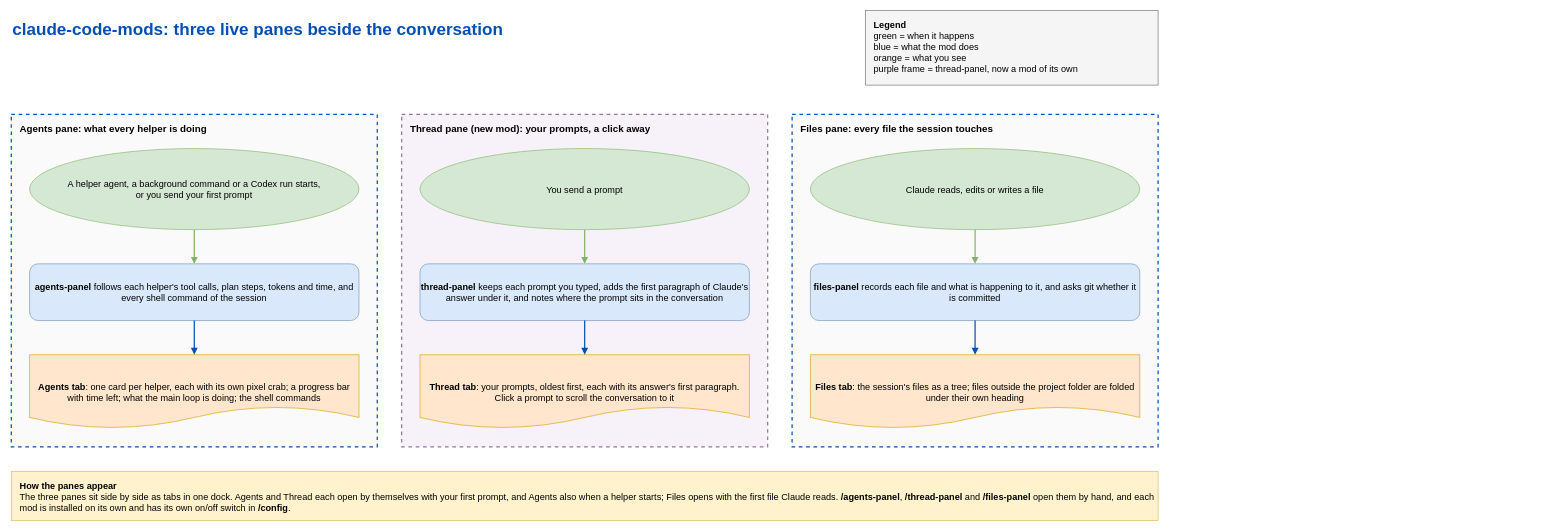
Above: docs/mods-flow.drawio in eranw2000/claude-code-mods (draw.io), before the change. Source tidied: cells renumbered, new cells numbered last; positions are measured from the earlier drawing's top-left corner, leaving out a move shared by most shapes. Both pictures are drawn from the tidied source at 61%, with x=0, y=0 at pixel (11, 10).
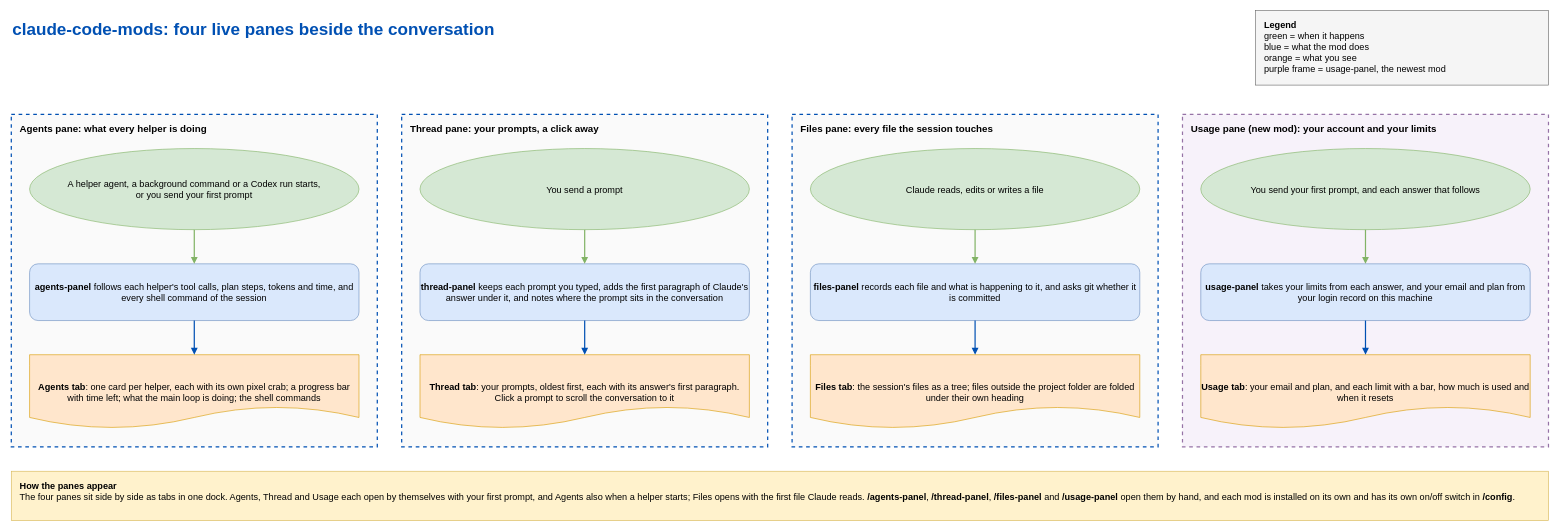
After the change.

Commit message (it also covers changes not shown here):
usage-panel: a live Usage pane with your account and limits (#7)

Diff of the diagram source:
```diff
@@
-    <mxCell id="2" value="claude-code-mods: three live panes beside the conversation" style="text;whiteSpace=wrap;fontSize=28;fontStyle=1;fontColor=#0050b3;align=left;verticalAlign=middle;strokeColor=none;fillColor=none;html=1;" parent="1" vertex="1">
-      <mxGeometry width="1360" height="60" as="geometry" />
+    <mxCell id="2" value="claude-code-mods: four live panes beside the conversation" style="text;whiteSpace=wrap;fontSize=28;fontStyle=1;fontColor=#0050b3;align=left;verticalAlign=middle;strokeColor=none;fillColor=none;html=1;" parent="1" vertex="1">
+      <mxGeometry width="2000" height="60" as="geometry" />
     </mxCell>
-    <mxCell id="3" value="&lt;b&gt;Legend&lt;/b&gt;&lt;br&gt;green = when it happens&lt;br&gt;blue = what the mod does&lt;br&gt;orange = what you see&lt;br&gt;purple frame = thread-panel, now a mod of its own" style="rounded=0;fillColor=#f5f5f5;strokeColor=#666666;whiteSpace=wrap;align=left;verticalAlign=top;spacingLeft=12;spacingTop=8;fontSize=15;html=1;" parent="1" vertex="1">
-      <mxGeometry x="1400" width="480" height="122" as="geometry" />
+    <mxCell id="3" value="&lt;b&gt;Legend&lt;/b&gt;&lt;br&gt;green = when it happens&lt;br&gt;blue = what the mod does&lt;br&gt;orange = what you see&lt;br&gt;purple frame = usage-panel, the newest mod" style="rounded=0;fillColor=#f5f5f5;strokeColor=#666666;whiteSpace=wrap;align=left;verticalAlign=top;spacingLeft=12;spacingTop=8;fontSize=15;html=1;" parent="1" vertex="1">
+      <mxGeometry x="2040" width="480" height="122" as="geometry" />
     </mxCell>
@@
-    <mxCell id="8" value="Thread pane (new mod): your prompts, a click away" style="rounded=0;fillColor=#f7f2fa;strokeColor=#9673a6;fontStyle=1;verticalAlign=top;align=left;spacingLeft=12;spacingTop=8;dashed=1;strokeWidth=2;whiteSpace=wrap;fontSize=16;html=1;" parent="1" vertex="1">
+    <mxCell id="8" value="Thread pane: your prompts, a click away" style="rounded=0;fillColor=#fafafa;strokeColor=#0050b3;fontStyle=1;verticalAlign=top;align=left;spacingLeft=12;spacingTop=8;dashed=1;strokeWidth=2;whiteSpace=wrap;fontSize=16;html=1;" parent="1" vertex="1">
       <mxGeometry x="640" y="170" width="600" height="545" as="geometry" />
     </mxCell>
@@
+    <mxCell id="23" value="Usage pane (new mod): your account and your limits" style="rounded=0;fillColor=#f7f2fa;strokeColor=#9673a6;fontStyle=1;verticalAlign=top;align=left;spacingLeft=12;spacingTop=8;dashed=1;strokeWidth=2;whiteSpace=wrap;fontSize=16;html=1;" parent="1" vertex="1">
+      <mxGeometry x="1920" y="170" width="600" height="545" as="geometry" />
+    </mxCell>
+    <mxCell id="24" value="You send your first prompt, and each answer that follows" style="ellipse;fillColor=#d5e8d4;strokeColor=#82b366;whiteSpace=wrap;fontSize=15;spacingLeft=60;spacingRight=60;html=1;" parent="23" vertex="1">
+      <mxGeometry x="30" y="56" width="540" height="133" as="geometry" />
+    </mxCell>
+    <mxCell id="25" value="&lt;b&gt;usage-panel&lt;/b&gt; takes your limits from each answer, and your email and plan from your login record on this machine" style="rounded=1;fillColor=#dae8fc;strokeColor=#6c8ebf;whiteSpace=wrap;fontSize=15;html=1;" parent="23" vertex="1">
+      <mxGeometry x="30" y="245" width="540" height="93" as="geometry" />
+    </mxCell>
+    <mxCell id="26" value="&lt;b&gt;Usage tab&lt;/b&gt;: your email and plan, and each limit with a bar, how much is used and when it resets" style="shape=document;fillColor=#ffe6cc;strokeColor=#d79b00;whiteSpace=wrap;fontSize=15;html=1;" parent="23" vertex="1">
+      <mxGeometry x="30" y="394" width="540" height="121" as="geometry" />
+    </mxCell>
-    <mxCell id="16" value="&lt;b&gt;How the panes appear&lt;/b&gt;&lt;br&gt;The three panes sit side by side as tabs in one dock. Agents and Thread each open by themselves with your first prompt, and Agents also when a helper starts; Files opens with the first file Claude reads. &lt;b&gt;/agents-panel&lt;/b&gt;, &lt;b&gt;/thread-panel&lt;/b&gt; and &lt;b&gt;/files-panel&lt;/b&gt; open them by hand, and each mod is installed on its own and has its own on/off switch in &lt;b&gt;/config&lt;/b&gt;." style="rounded=0;fillColor=#fff2cc;strokeColor=#d6b656;whiteSpace=wrap;align=left;verticalAlign=top;spacingLeft=12;spacingTop=8;fontSize=15;html=1;" parent="1" vertex="1">
-      <mxGeometry y="755" width="1880" height="81" as="geometry" />
+    <mxCell id="16" value="&lt;b&gt;How the panes appear&lt;/b&gt;&lt;br&gt;The four panes sit side by side as tabs in one dock. Agents, Thread and Usage each open by themselves with your first prompt, and Agents also when a helper starts; Files opens with the first file Claude reads. &lt;b&gt;/agents-panel&lt;/b&gt;, &lt;b&gt;/thread-panel&lt;/b&gt;, &lt;b&gt;/files-panel&lt;/b&gt; and &lt;b&gt;/usage-panel&lt;/b&gt; open them by hand, and each mod is installed on its own and has its own on/off switch in &lt;b&gt;/config&lt;/b&gt;." style="rounded=0;fillColor=#fff2cc;strokeColor=#d6b656;whiteSpace=wrap;align=left;verticalAlign=top;spacingLeft=12;spacingTop=8;fontSize=15;html=1;" parent="1" vertex="1">
+      <mxGeometry y="755" width="2520" height="81" as="geometry" />
     </mxCell>
@@
+    <mxCell id="27" style="edgeStyle=orthogonalEdgeStyle;rounded=0;html=1;endArrow=block;endFill=1;strokeWidth=2;strokeColor=#82b366;exitX=0.5;exitY=1;exitDx=0;exitDy=0;" parent="1" edge="1" source="24" target="25">
+      <mxGeometry relative="1" as="geometry" />
+    </mxCell>
+    <mxCell id="28" style="edgeStyle=orthogonalEdgeStyle;rounded=0;html=1;endArrow=block;endFill=1;strokeWidth=2;strokeColor=#0050b3;exitX=0.5;exitY=1;exitDx=0;exitDy=0;" parent="1" edge="1" source="25" target="26">
+      <mxGeometry relative="1" as="geometry" />
+    </mxCell>
```
